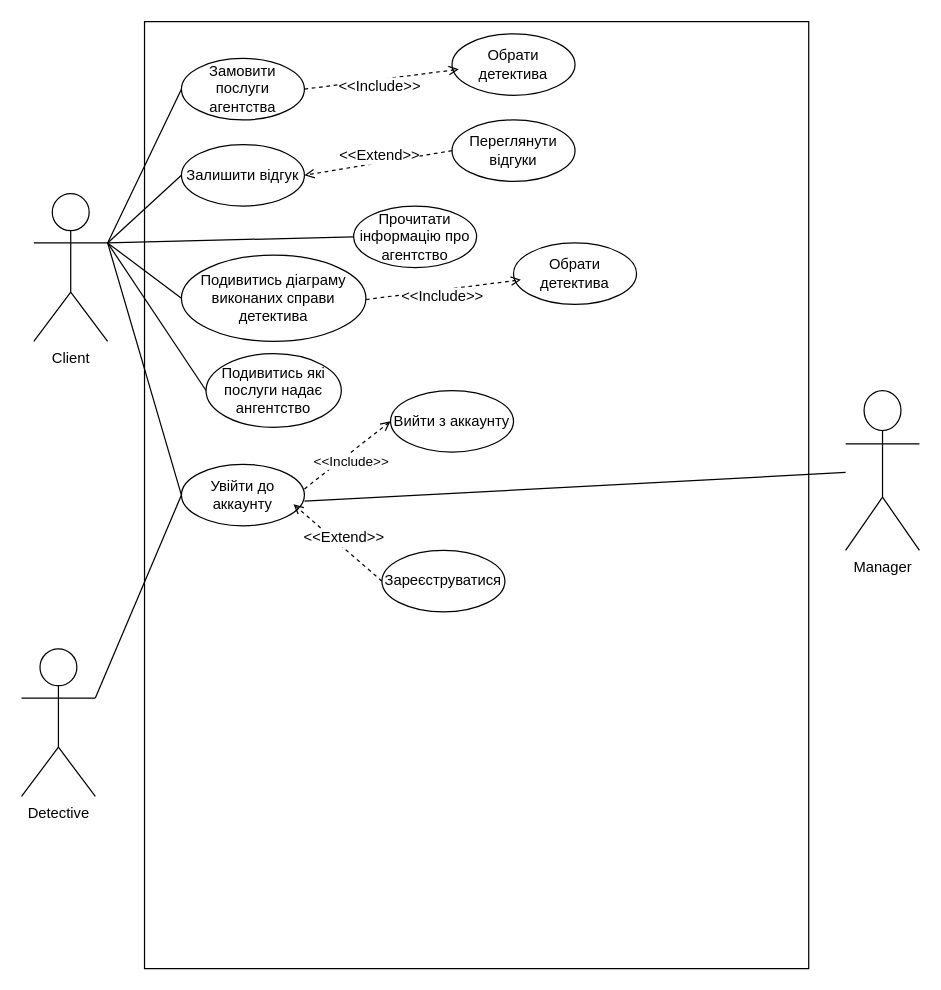
The draw.io diagram Преценденти.drawio in Blaxwo/detective_agency, before the edit. Source tidied: cells renumbered, new cells numbered last; positions are measured from the earlier drawing's top-left corner, leaving out a move shared by most shapes. Both pictures are drawn from the tidied source at 123%, with x=0, y=0 at pixel (21, 21).
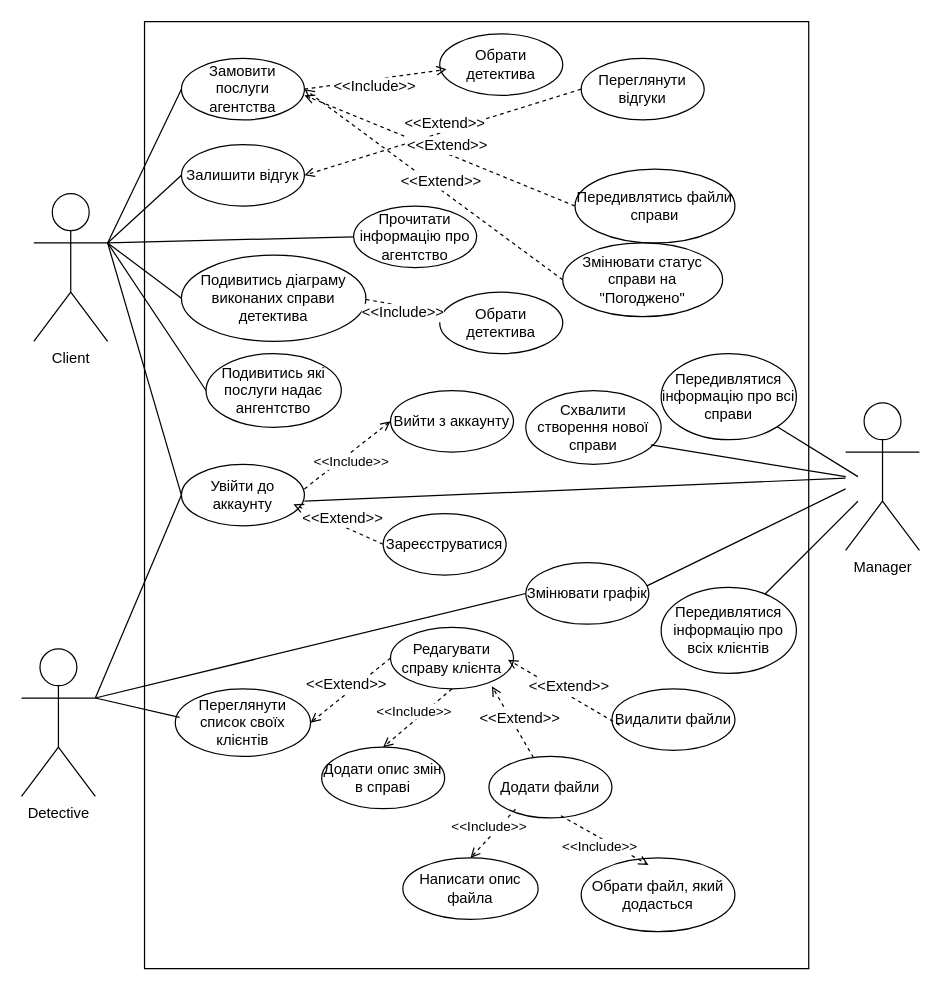
The same page after the edit.

The change refers to these unchanged cells:
```xml
<mxCell id="4" value="Detective" style="shape=umlActor;verticalLabelPosition=bottom;verticalAlign=top;html=1;" parent="1" vertex="1">
  <mxGeometry y="510" width="60" height="120" as="geometry" />
</mxCell>
<mxCell id="14" value="Замовити послуги агентства" style="ellipse;whiteSpace=wrap;html=1;" parent="1" vertex="1">
  <mxGeometry x="130" y="30" width="100" height="50" as="geometry" />
</mxCell>
```

The edit, as a diff of the source:
```diff
@@
     <mxCell id="5" value="Manager" style="shape=umlActor;verticalLabelPosition=bottom;verticalAlign=top;html=1;" parent="1" vertex="1">
-      <mxGeometry x="670" y="300" width="60" height="130" as="geometry" />
+      <mxGeometry x="670" y="310" width="60" height="120" as="geometry" />
     </mxCell>
@@
     <mxCell id="8" value="Зареєструватися" style="ellipse;whiteSpace=wrap;html=1;" parent="1" vertex="1">
-      <mxGeometry x="293" y="430" width="100" height="50" as="geometry" />
+      <mxGeometry x="294" y="400" width="100" height="50" as="geometry" />
     </mxCell>
@@
     <mxCell id="15" value="Обрати детектива" style="ellipse;whiteSpace=wrap;html=1;" parent="1" vertex="1">
-      <mxGeometry x="350" y="10" width="100" height="50" as="geometry" />
+      <mxGeometry x="340" y="10" width="100" height="50" as="geometry" />
     </mxCell>
@@
     <mxCell id="20" value="Переглянути відгуки" style="ellipse;whiteSpace=wrap;html=1;" parent="1" vertex="1">
-      <mxGeometry x="350" y="80" width="100" height="50" as="geometry" />
+      <mxGeometry x="455" y="30" width="100" height="50" as="geometry" />
     </mxCell>
@@
     <mxCell id="26" value="Обрати детектива" style="ellipse;whiteSpace=wrap;html=1;" parent="1" vertex="1">
-      <mxGeometry x="400" y="180" width="100" height="50" as="geometry" />
+      <mxGeometry x="340" y="220" width="100" height="50" as="geometry" />
     </mxCell>
-    <mxCell id="27" value="&lt;font style=&quot;font-size: 12px;&quot;&gt;&amp;lt;&amp;lt;Include&amp;gt;&amp;gt;&lt;/font&gt;" style="endArrow=open;html=1;rounded=0;dashed=1;entryX=0.055;entryY=0.577;entryDx=0;entryDy=0;entryPerimeter=0;exitX=1;exitY=0.5;exitDx=0;exitDy=0;endFill=0;" parent="1" edge="1">
+    <mxCell id="27" value="&lt;font style=&quot;font-size: 12px;&quot;&gt;&amp;lt;&amp;lt;Include&amp;gt;&amp;gt;&lt;/font&gt;" style="endArrow=open;html=1;rounded=0;dashed=1;exitX=1;exitY=0.5;exitDx=0;exitDy=0;endFill=0;" parent="1" edge="1" target="26">
       <mxGeometry x="-0.03" y="-6" relative="1" as="geometry">
         <mxPoint x="280" y="226" as="sourcePoint" />
-        <mxPoint x="406" y="210" as="targetPoint" />
       </mxGeometry>
     </mxCell>
@@
+    <mxCell id="30" value="Переглянути список своїх клієнтів" style="ellipse;whiteSpace=wrap;html=1;" parent="1" vertex="1">
+      <mxGeometry x="125" y="542.5" width="110" height="55" as="geometry" />
+    </mxCell>
+    <mxCell id="31" value="Змінювати статус справи на &quot;Погоджено&quot;" style="ellipse;whiteSpace=wrap;html=1;" parent="1" vertex="1">
+      <mxGeometry x="440" y="180" width="130" height="60" as="geometry" />
+    </mxCell>
+    <mxCell id="32" value="&lt;font style=&quot;font-size: 12px;&quot;&gt;&amp;lt;&amp;lt;Extend&amp;gt;&amp;gt;&lt;/font&gt;" style="endArrow=open;html=1;rounded=0;dashed=1;entryX=1;entryY=0.5;entryDx=0;entryDy=0;exitX=0;exitY=0.5;exitDx=0;exitDy=0;endFill=0;" parent="1" edge="1" source="31" target="14">
+      <mxGeometry x="-0.03" y="-6" relative="1" as="geometry" />
+    </mxCell>
+    <mxCell id="33" value="Передивлятись файли справи" style="ellipse;whiteSpace=wrap;html=1;" parent="1" vertex="1">
+      <mxGeometry x="450" y="120" width="130" height="60" as="geometry" />
+    </mxCell>
+    <mxCell id="34" value="&lt;font style=&quot;font-size: 12px;&quot;&gt;&amp;lt;&amp;lt;Extend&amp;gt;&amp;gt;&lt;/font&gt;" style="endArrow=open;html=1;rounded=0;dashed=1;exitX=0;exitY=0.5;exitDx=0;exitDy=0;endFill=0;" parent="1" edge="1" source="33">
+      <mxGeometry x="-0.03" y="-6" relative="1" as="geometry">
+        <mxPoint x="230" y="60" as="targetPoint" />
+      </mxGeometry>
+    </mxCell>
+    <mxCell id="35" style="endArrow=none;html=1;rounded=0;exitX=1;exitY=0.3333333333333333;exitDx=0;exitDy=0;exitPerimeter=0;entryX=0.032;entryY=0.423;entryDx=0;entryDy=0;entryPerimeter=0;" parent="1" edge="1" source="4" target="30">
+      <mxGeometry relative="1" as="geometry" />
+    </mxCell>
+    <mxCell id="36" value="Редагувати справу клієнта" style="ellipse;whiteSpace=wrap;html=1;" parent="1" vertex="1">
+      <mxGeometry x="300" y="492.5" width="100" height="50" as="geometry" />
+    </mxCell>
+    <mxCell id="37" value="&lt;font style=&quot;font-size: 12px;&quot;&gt;&amp;lt;&amp;lt;Extend&amp;gt;&amp;gt;&lt;/font&gt;" style="endArrow=open;html=1;rounded=0;dashed=1;exitX=0;exitY=0.5;exitDx=0;exitDy=0;endFill=0;entryX=1;entryY=0.5;entryDx=0;entryDy=0;" parent="1" edge="1" source="36" target="30">
+      <mxGeometry x="-0.03" y="-6" relative="1" as="geometry" />
+    </mxCell>
+    <mxCell id="38" value="Додати опис змін в справі" style="ellipse;whiteSpace=wrap;html=1;" parent="1" vertex="1">
+      <mxGeometry x="244" y="590" width="100" height="50" as="geometry" />
+    </mxCell>
+    <mxCell id="39" value="Додати файли" style="ellipse;whiteSpace=wrap;html=1;" parent="1" vertex="1">
+      <mxGeometry x="380" y="597.5" width="100" height="50" as="geometry" />
+    </mxCell>
+    <mxCell id="40" value="Видалити файли" style="ellipse;whiteSpace=wrap;html=1;" parent="1" vertex="1">
+      <mxGeometry x="480" y="542.5" width="100" height="50" as="geometry" />
+    </mxCell>
+    <mxCell id="41" value="&amp;lt;&amp;lt;Include&amp;gt;&amp;gt;" style="endArrow=open;html=1;rounded=0;dashed=1;entryX=0.5;entryY=0;entryDx=0;entryDy=0;endFill=0;exitX=0.5;exitY=1;exitDx=0;exitDy=0;" parent="1" edge="1" source="36" target="38">
+      <mxGeometry x="-0.03" y="-6" relative="1" as="geometry" />
+    </mxCell>
+    <mxCell id="42" value="&lt;font style=&quot;font-size: 12px;&quot;&gt;&amp;lt;&amp;lt;Extend&amp;gt;&amp;gt;&lt;/font&gt;" style="endArrow=open;html=1;rounded=0;dashed=1;endFill=0;entryX=0.824;entryY=0.958;entryDx=0;entryDy=0;entryPerimeter=0;" parent="1" edge="1" source="39" target="36">
+      <mxGeometry x="-0.03" y="-6" relative="1" as="geometry" />
+    </mxCell>
+    <mxCell id="43" value="&lt;font style=&quot;font-size: 12px;&quot;&gt;&amp;lt;&amp;lt;Extend&amp;gt;&amp;gt;&lt;/font&gt;" style="endArrow=open;html=1;rounded=0;dashed=1;endFill=0;entryX=0.955;entryY=0.527;entryDx=0;entryDy=0;entryPerimeter=0;exitX=0.062;exitY=0.592;exitDx=0;exitDy=0;exitPerimeter=0;" parent="1" edge="1" source="40" target="36">
+      <mxGeometry x="-0.03" y="-6" relative="1" as="geometry" />
+    </mxCell>
+    <mxCell id="44" value="Написати опис файла" style="ellipse;whiteSpace=wrap;html=1;" parent="1" vertex="1">
+      <mxGeometry x="310" y="680" width="110" height="50" as="geometry" />
+    </mxCell>
+    <mxCell id="45" value="Обрати файл, який додасться" style="ellipse;whiteSpace=wrap;html=1;" parent="1" vertex="1">
+      <mxGeometry x="455" y="680" width="125" height="60" as="geometry" />
+    </mxCell>
+    <mxCell id="46" value="&amp;lt;&amp;lt;Include&amp;gt;&amp;gt;" style="endArrow=open;html=1;rounded=0;dashed=1;entryX=0.5;entryY=0;entryDx=0;entryDy=0;endFill=0;exitX=0.216;exitY=0.858;exitDx=0;exitDy=0;exitPerimeter=0;" parent="1" edge="1" source="39" target="44">
+      <mxGeometry x="-0.03" y="-6" relative="1" as="geometry" />
+    </mxCell>
+    <mxCell id="47" value="&amp;lt;&amp;lt;Include&amp;gt;&amp;gt;" style="endArrow=open;html=1;rounded=0;dashed=1;entryX=0.438;entryY=0.096;entryDx=0;entryDy=0;endFill=0;exitX=0.585;exitY=0.965;exitDx=0;exitDy=0;exitPerimeter=0;entryPerimeter=0;" parent="1" edge="1" source="39" target="45">
+      <mxGeometry x="-0.03" y="-6" relative="1" as="geometry" />
+    </mxCell>
+    <mxCell id="48" value="Змінювати графік" style="ellipse;whiteSpace=wrap;html=1;" parent="1" vertex="1">
+      <mxGeometry x="410" y="440" width="100" height="50" as="geometry" />
+    </mxCell>
+    <mxCell id="49" style="endArrow=none;html=1;rounded=0;entryX=0;entryY=0.5;entryDx=0;entryDy=0;" parent="1" edge="1" target="48">
+      <mxGeometry relative="1" as="geometry">
+        <mxPoint x="60" y="550" as="sourcePoint" />
+      </mxGeometry>
+    </mxCell>
+    <mxCell id="50" style="endArrow=none;html=1;rounded=0;entryX=0.985;entryY=0.377;entryDx=0;entryDy=0;entryPerimeter=0;" parent="1" edge="1" target="48">
+      <mxGeometry relative="1" as="geometry">
+        <mxPoint x="670" y="380" as="sourcePoint" />
+      </mxGeometry>
+    </mxCell>
+    <mxCell id="51" value="Передивлятися інформацію про всіх клієнтів" style="ellipse;whiteSpace=wrap;html=1;" parent="1" vertex="1">
+      <mxGeometry x="520" y="460" width="110" height="70" as="geometry" />
+    </mxCell>
+    <mxCell id="52" style="endArrow=none;html=1;rounded=0;" parent="1" edge="1" target="51">
+      <mxGeometry relative="1" as="geometry">
+        <mxPoint x="680" y="390" as="sourcePoint" />
+      </mxGeometry>
+    </mxCell>
+    <mxCell id="53" value="Передивлятися інформацію про всі справи" style="ellipse;whiteSpace=wrap;html=1;" parent="1" vertex="1">
+      <mxGeometry x="520" y="270" width="110" height="70" as="geometry" />
+    </mxCell>
+    <mxCell id="54" style="endArrow=none;html=1;rounded=0;" parent="1" edge="1" target="53">
+      <mxGeometry relative="1" as="geometry">
+        <mxPoint x="680" y="370" as="sourcePoint" />
+      </mxGeometry>
+    </mxCell>
+    <mxCell id="55" value="Схвалити створення нової справи" style="ellipse;whiteSpace=wrap;html=1;" parent="1" vertex="1">
+      <mxGeometry x="410" y="300" width="110" height="60" as="geometry" />
+    </mxCell>
+    <mxCell id="56" style="endArrow=none;html=1;rounded=0;entryX=0.924;entryY=0.737;entryDx=0;entryDy=0;entryPerimeter=0;" parent="1" edge="1" target="55">
+      <mxGeometry relative="1" as="geometry">
+        <mxPoint x="670" y="370" as="sourcePoint" />
+      </mxGeometry>
+    </mxCell>
```
